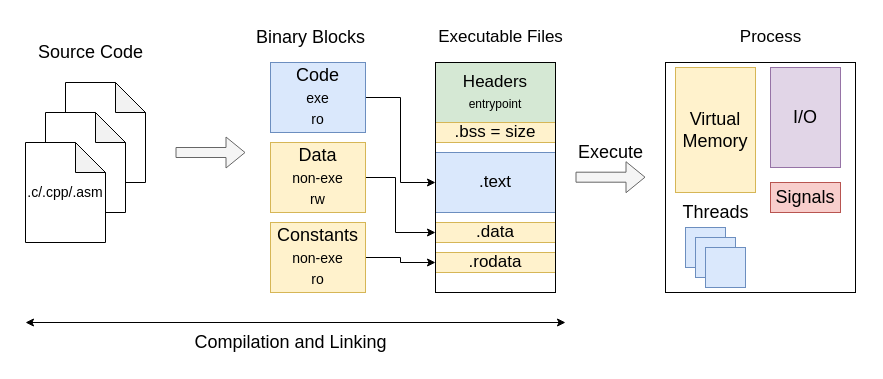
Before: page "Process" (3 of 6) of 5th-semester/tvs/docs/tvs-diagrams.drawio in andre-j3sus/isel-leic-notes, a draw.io diagram. Source tidied: cells renumbered, new cells numbered last; positions are measured from the earlier drawing's top-left corner, leaving out a move shared by most shapes. Both pictures are drawn from the tidied source at 100%, with x=0, y=0 at pixel (25, 17).
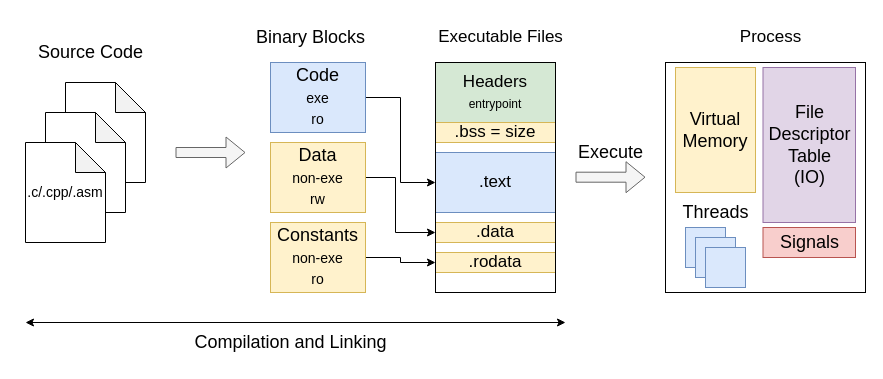
The same diagram, later.

What changed in the source:
```diff
@@
     <mxCell id="2" style="rounded=0;whiteSpace=wrap;html=1;fontSize=18;" parent="1" vertex="1">
-      <mxGeometry x="640" y="45" width="190" height="230" as="geometry" />
+      <mxGeometry x="640" y="45" width="200" height="230" as="geometry" />
     </mxCell>
@@
-    <mxCell id="29" value="&lt;font style=&quot;font-size: 18px;&quot;&gt;I/O&lt;/font&gt;" style="rounded=0;whiteSpace=wrap;html=1;fontSize=12;fillColor=#e1d5e7;strokeColor=#9673a6;" parent="1" vertex="1">
-      <mxGeometry x="745" y="50" width="70" height="100" as="geometry" />
+    <mxCell id="29" value="&lt;font style=&quot;font-size: 18px;&quot;&gt;File&lt;br&gt;Descriptor&lt;br&gt;Table&lt;br&gt;(IO)&lt;br&gt;&lt;/font&gt;" style="rounded=0;whiteSpace=wrap;html=1;fontSize=12;fillColor=#e1d5e7;strokeColor=#9673a6;" parent="1" vertex="1">
+      <mxGeometry x="737.5" y="50" width="92.5" height="155" as="geometry" />
     </mxCell>
     <mxCell id="30" value="Signals" style="rounded=0;whiteSpace=wrap;html=1;fontSize=18;fillColor=#f8cecc;strokeColor=#b85450;" parent="1" vertex="1">
-      <mxGeometry x="745" y="165" width="70" height="30" as="geometry" />
+      <mxGeometry x="737.5" y="210" width="92.5" height="30" as="geometry" />
     </mxCell>
```
